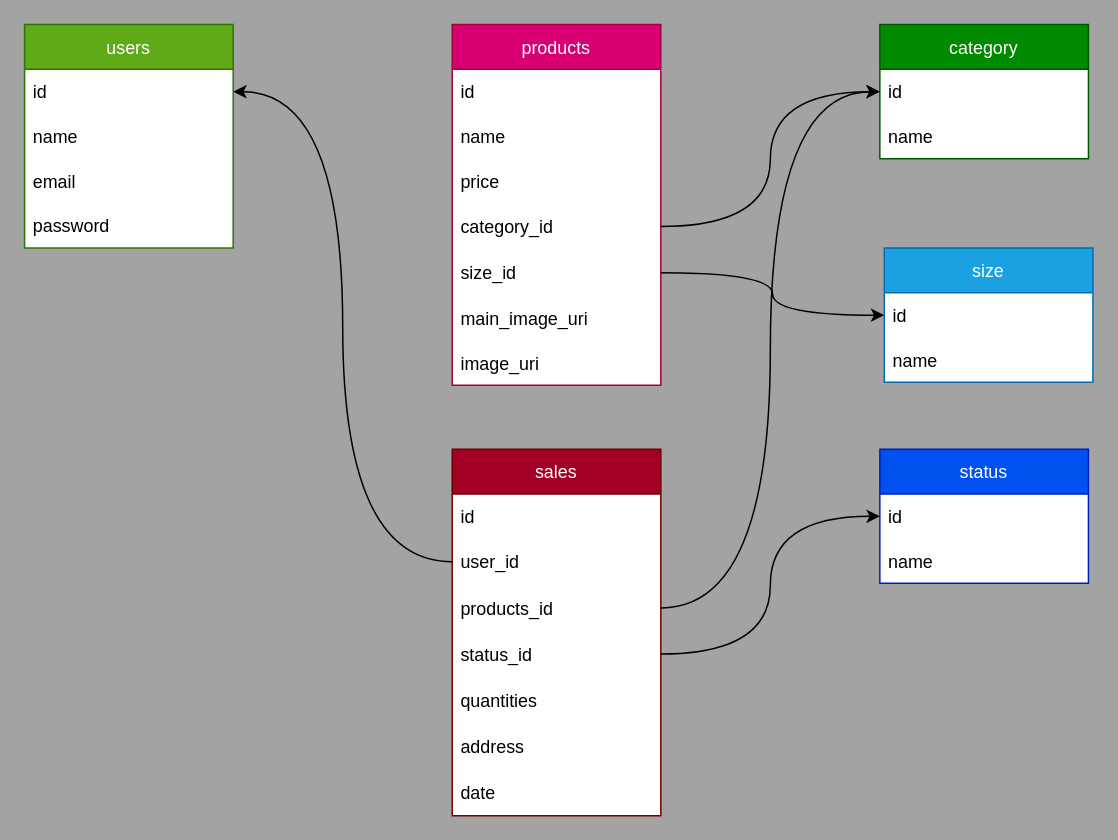
Above: Prática - Modelagem/models.drawio in Nicoladla/Praticas-Postgres (draw.io), before the change. Source tidied: cells renumbered, new cells numbered last; positions are measured from the earlier drawing's top-left corner, leaving out a move shared by most shapes. Both pictures are drawn from the tidied source at 149%, with x=0, y=0 at pixel (24, 24).
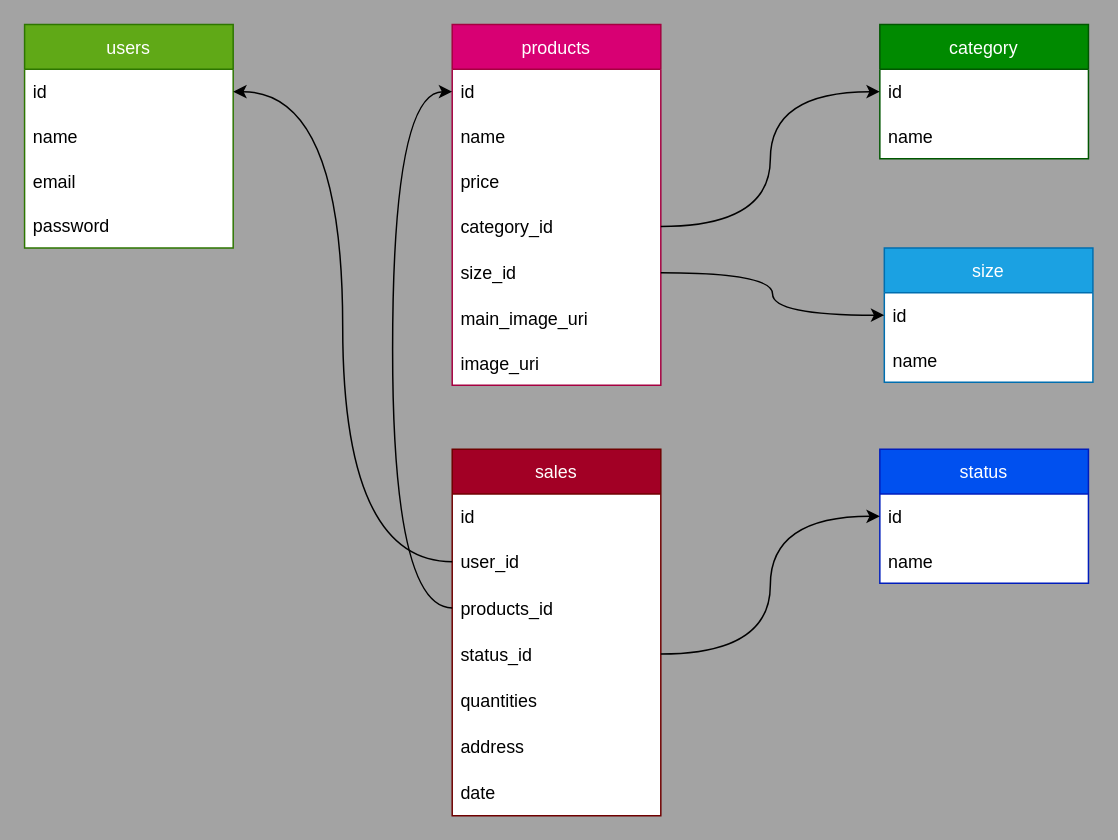
After the change.

Commit message:
refactor: prática modelagem

Unchanged cells that the change refers to:
```xml
<mxCell id="8" value="id" style="text;strokeColor=none;fillColor=none;align=left;verticalAlign=middle;spacingLeft=4;spacingRight=4;overflow=hidden;points=[[0,0.5],[1,0.5]];portConstraint=eastwest;" parent="7" vertex="1">
  <mxGeometry y="30" width="140" height="30" as="geometry" />
</mxCell>
<mxCell id="16" value="id" style="text;strokeColor=none;fillColor=none;align=left;verticalAlign=middle;spacingLeft=4;spacingRight=4;overflow=hidden;points=[[0,0.5],[1,0.5]];portConstraint=eastwest;" parent="15" vertex="1">
  <mxGeometry y="30" width="140" height="30" as="geometry" />
</mxCell>
<mxCell id="24" value="products_id" style="text;strokeColor=none;fillColor=none;align=left;verticalAlign=middle;spacingLeft=4;spacingRight=4;overflow=hidden;points=[[0,0.5],[1,0.5]];portConstraint=eastwest;" parent="21" vertex="1">
  <mxGeometry y="91" width="140" height="31" as="geometry" />
</mxCell>
```

What changed in the source:
```diff
@@
-    <mxCell id="35" style="edgeStyle=orthogonalEdgeStyle;curved=1;html=1;entryX=0;entryY=0.5;entryDx=0;entryDy=0;" parent="1" edge="1" source="24" target="16">
-      <mxGeometry relative="1" as="geometry" />
-    </mxCell>
@@
+    <mxCell id="37" style="edgeStyle=orthogonalEdgeStyle;curved=1;html=1;entryX=0;entryY=0.5;entryDx=0;entryDy=0;" parent="1" edge="1" source="24" target="8">
+      <mxGeometry relative="1" as="geometry">
+        <Array as="points">
+          <mxPoint x="247" y="391" />
+          <mxPoint x="247" y="45" />
+        </Array>
+      </mxGeometry>
+    </mxCell>
```
